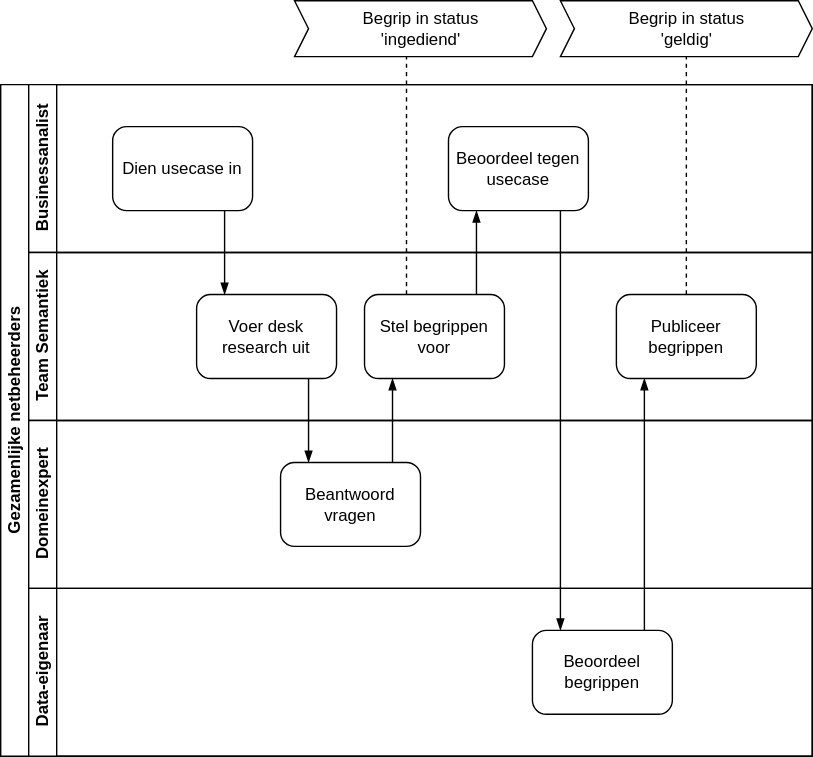
Earlier version of the draw.io export docs/assets/images/proces.drawio.svg (Netbeheer-Nederland/begrippen.netbeheernederland.nl). Source tidied: cells renumbered, new cells last; positions are measured from the earlier drawing's top-left corner, leaving out a move shared by most shapes.
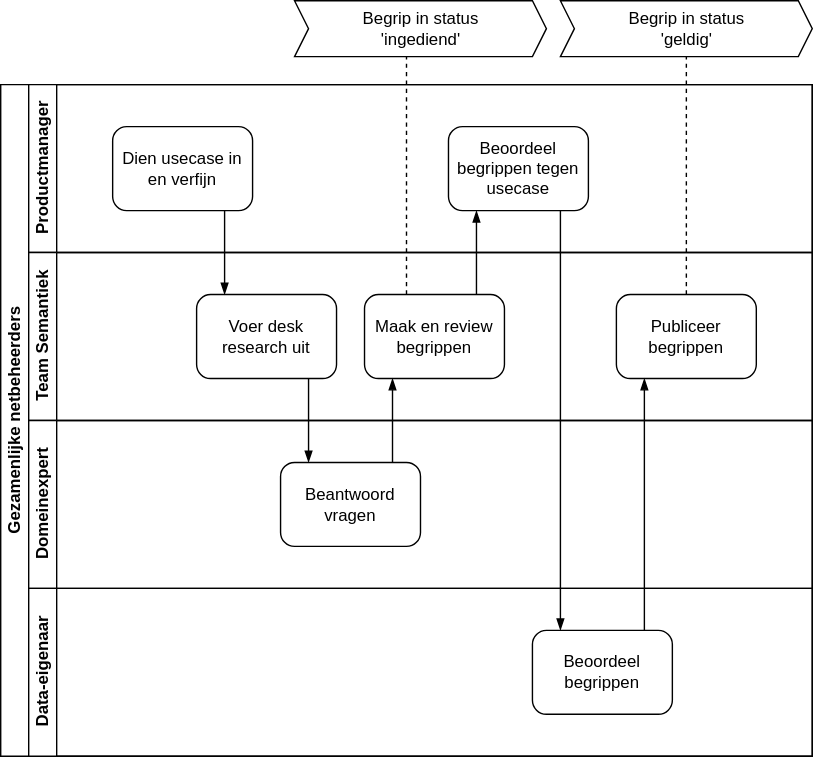
After the commit.

Commit message:
begrippenproces consistent met stelselproces

Diff of the diagram source:
```diff
@@ -15,13 +15,13 @@
     <mxCell id="4" value="Gezamenlijke netbeheerders" style="swimlane;html=1;horizontal=0;startSize=20;whiteSpace=wrap;" parent="1" vertex="1">
       <mxGeometry y="60" width="580" height="480" as="geometry" />
     </mxCell>
-    <mxCell id="5" value="Businessanalist" style="swimlane;html=1;startSize=20;horizontal=0;" parent="4" vertex="1">
+    <mxCell id="5" value="Productmanager" style="swimlane;html=1;startSize=20;horizontal=0;" parent="4" vertex="1">
       <mxGeometry x="20" width="560" height="120" as="geometry" />
     </mxCell>
-    <mxCell id="6" value="Dien usecase in" style="points=[[0.25,0,0],[0.5,0,0],[0.75,0,0],[1,0.25,0],[1,0.5,0],[1,0.75,0],[0.75,1,0],[0.5,1,0],[0.25,1,0],[0,0.75,0],[0,0.5,0],[0,0.25,0]];shape=mxgraph.bpmn.task;whiteSpace=wrap;rectStyle=rounded;size=10;html=1;taskMarker=abstract;spacing=5;" parent="5" vertex="1">
+    <mxCell id="6" value="Dien usecase in en verfijn" style="points=[[0.25,0,0],[0.5,0,0],[0.75,0,0],[1,0.25,0],[1,0.5,0],[1,0.75,0],[0.75,1,0],[0.5,1,0],[0.25,1,0],[0,0.75,0],[0,0.5,0],[0,0.25,0]];shape=mxgraph.bpmn.task;whiteSpace=wrap;rectStyle=rounded;size=10;html=1;taskMarker=abstract;spacing=5;" parent="5" vertex="1">
       <mxGeometry x="60" y="30" width="100" height="60" as="geometry" />
     </mxCell>
-    <mxCell id="7" value="Beoordeel tegen usecase" style="points=[[0.25,0,0],[0.5,0,0],[0.75,0,0],[1,0.25,0],[1,0.5,0],[1,0.75,0],[0.75,1,0],[0.5,1,0],[0.25,1,0],[0,0.75,0],[0,0.5,0],[0,0.25,0]];shape=mxgraph.bpmn.task;whiteSpace=wrap;rectStyle=rounded;size=10;html=1;taskMarker=abstract;spacing=5;" parent="5" vertex="1">
+    <mxCell id="7" value="Beoordeel begrippen tegen usecase" style="points=[[0.25,0,0],[0.5,0,0],[0.75,0,0],[1,0.25,0],[1,0.5,0],[1,0.75,0],[0.75,1,0],[0.5,1,0],[0.25,1,0],[0,0.75,0],[0,0.5,0],[0,0.25,0]];shape=mxgraph.bpmn.task;whiteSpace=wrap;rectStyle=rounded;size=10;html=1;taskMarker=abstract;spacing=5;" parent="5" vertex="1">
       <mxGeometry x="300" y="30" width="100" height="60" as="geometry" />
     </mxCell>
     <mxCell id="8" value="Team Semantiek" style="swimlane;html=1;startSize=20;horizontal=0;" parent="4" vertex="1">
@@ -30,7 +30,7 @@
     <mxCell id="9" value="Voer desk research uit" style="points=[[0.25,0,0],[0.5,0,0],[0.75,0,0],[1,0.25,0],[1,0.5,0],[1,0.75,0],[0.75,1,0],[0.5,1,0],[0.25,1,0],[0,0.75,0],[0,0.5,0],[0,0.25,0]];shape=mxgraph.bpmn.task;whiteSpace=wrap;rectStyle=rounded;size=10;html=1;taskMarker=abstract;spacing=5;" parent="8" vertex="1">
       <mxGeometry x="120" y="30" width="100" height="60" as="geometry" />
     </mxCell>
-    <mxCell id="10" value="Stel begrippen voor" style="points=[[0.25,0,0],[0.5,0,0],[0.75,0,0],[1,0.25,0],[1,0.5,0],[1,0.75,0],[0.75,1,0],[0.5,1,0],[0.25,1,0],[0,0.75,0],[0,0.5,0],[0,0.25,0]];shape=mxgraph.bpmn.task;whiteSpace=wrap;rectStyle=rounded;size=10;html=1;taskMarker=abstract;spacing=5;" parent="8" vertex="1">
+    <mxCell id="10" value="Maak en review begrippen" style="points=[[0.25,0,0],[0.5,0,0],[0.75,0,0],[1,0.25,0],[1,0.5,0],[1,0.75,0],[0.75,1,0],[0.5,1,0],[0.25,1,0],[0,0.75,0],[0,0.5,0],[0,0.25,0]];shape=mxgraph.bpmn.task;whiteSpace=wrap;rectStyle=rounded;size=10;html=1;taskMarker=abstract;spacing=5;" parent="8" vertex="1">
       <mxGeometry x="240" y="30" width="100" height="60" as="geometry" />
     </mxCell>
     <mxCell id="11" value="Publiceer begrippen" style="points=[[0.25,0,0],[0.5,0,0],[0.75,0,0],[1,0.25,0],[1,0.5,0],[1,0.75,0],[0.75,1,0],[0.5,1,0],[0.25,1,0],[0,0.75,0],[0,0.5,0],[0,0.25,0]];shape=mxgraph.bpmn.task;whiteSpace=wrap;rectStyle=rounded;size=10;html=1;taskMarker=abstract;spacing=5;" parent="8" vertex="1">
```
